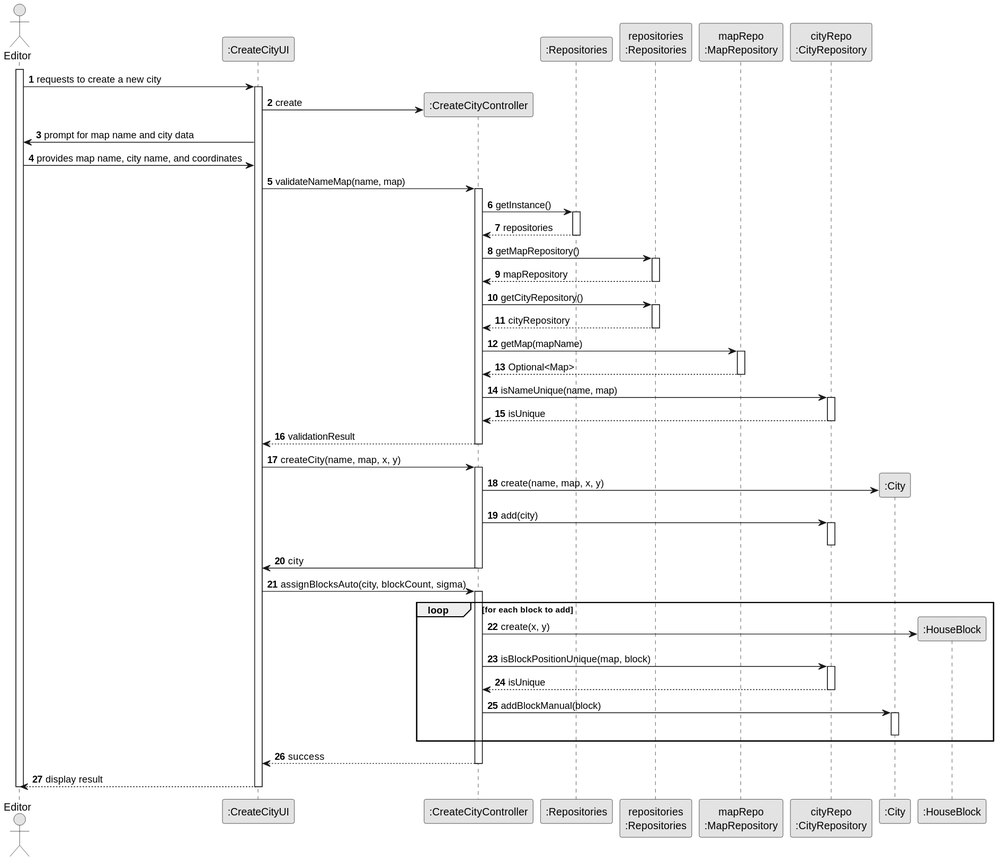
This is docs/sprint3/us003/03.design/svg/us003-sequence-diagram-full.svg from ivasduarte/all-aboard, a PlantUML export, as it was before one commit. Source of this version:
```plantuml
@startuml
skinparam monochrome true
skinparam packageStyle rectangle
skinparam shadowing false

autonumber

actor "Editor" as Editor
participant ":CreateCityUI" as UI
participant ":CreateCityController" as CTRL
participant ":Repositories" as reps
participant "repositories\n:Repositories" as PLAT
participant "mapRepo\n:MapRepository" as mapRepo
participant "cityRepo\n:CityRepository" as cityRepo
participant ":City" as City
participant ":HouseBlock" as HouseBlock

activate Editor

Editor -> UI : requests to create a new city

activate UI
UI -> CTRL** : create

UI -> Editor : prompt for map name and city data
Editor -> UI : provides map name, city name, and coordinates
UI -> CTRL : validateNameMap(name, map)

activate CTRL

CTRL -> reps : getInstance()
activate reps
reps --> CTRL : repositories
deactivate reps

CTRL -> PLAT : getMapRepository()
activate PLAT
PLAT --> CTRL : mapRepository
deactivate PLAT

CTRL -> PLAT : getCityRepository()
activate PLAT
PLAT --> CTRL : cityRepository
deactivate PLAT

CTRL -> mapRepo : getMap(mapName)
activate mapRepo
mapRepo --> CTRL : Optional<Map>
deactivate mapRepo

CTRL -> cityRepo : isNameUnique(name, map)
activate cityRepo
cityRepo --> CTRL : isUnique
deactivate cityRepo

CTRL --> UI : validationResult
deactivate CTRL

UI -> CTRL : createCity(name, map, x, y)
activate CTRL

CTRL -> City** : create(name, map, x, y)

CTRL -> cityRepo : add(city)
activate cityRepo
deactivate cityRepo

CTRL -> UI : city
deactivate CTRL

UI -> CTRL : assignBlocksAuto(city, blockCount, sigma)
activate CTRL

loop for each block to add
  CTRL -> HouseBlock** : create(x, y)
  CTRL -> cityRepo : isBlockPositionUnique(map, block)
  activate cityRepo
  cityRepo --> CTRL : isUnique
  deactivate cityRepo
  CTRL -> City : addBlockManual(block)
  activate City
  deactivate City
end

CTRL --> UI : success
deactivate CTRL

UI --> Editor : display result
deactivate UI
deactivate Editor
@enduml
```
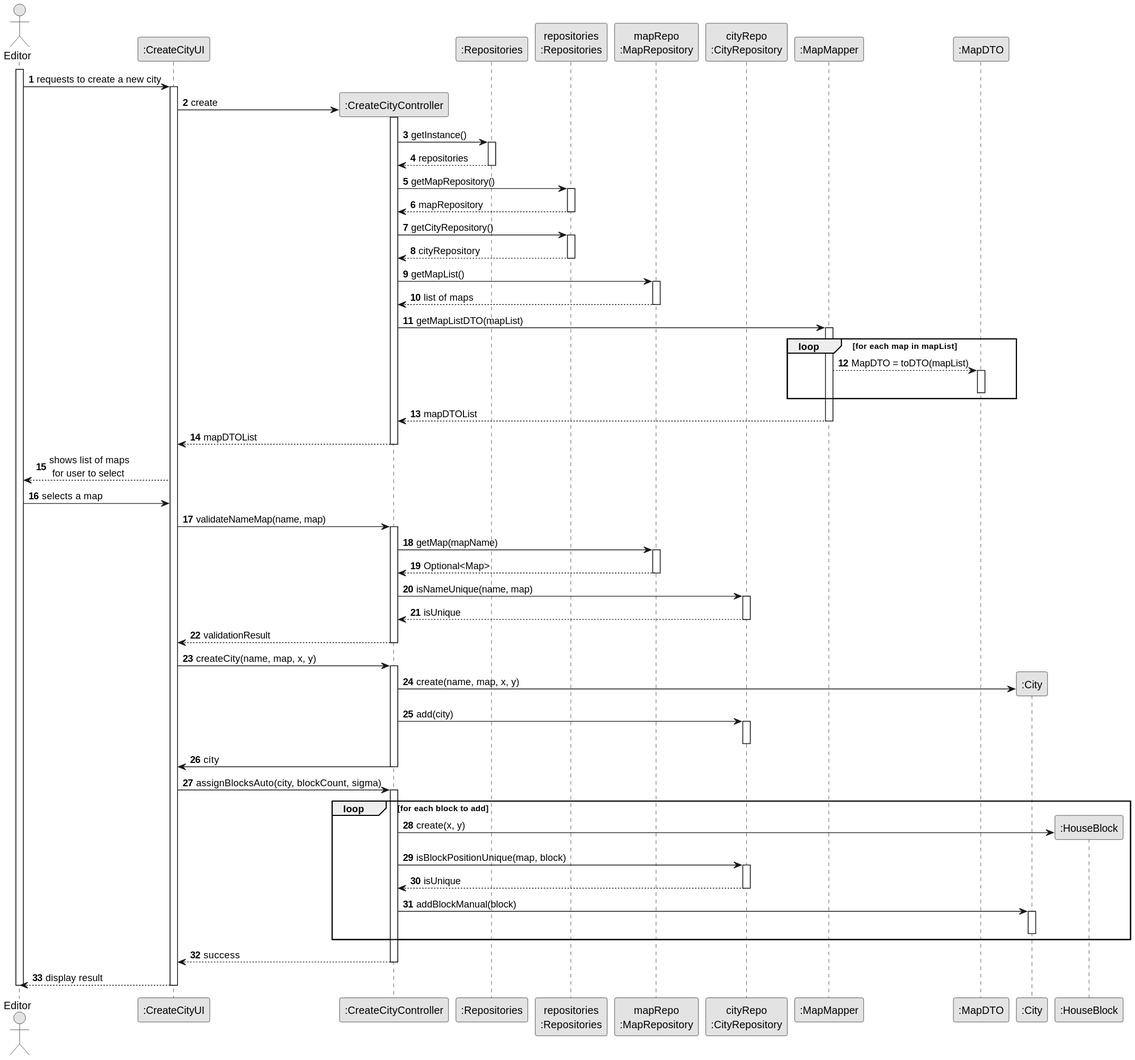
Above is the later version.

Diff of the diagram source:
```diff
@@ -12,6 +12,8 @@
 participant "repositories\n:Repositories" as PLAT
 participant "mapRepo\n:MapRepository" as mapRepo
 participant "cityRepo\n:CityRepository" as cityRepo
+participant ":MapMapper" as mapper
+participant ":MapDTO" as dto
 participant ":City" as City
 participant ":HouseBlock" as HouseBlock
 
@@ -22,9 +24,6 @@
 activate UI
 UI -> CTRL** : create
 
-UI -> Editor : prompt for map name and city data
-Editor -> UI : provides map name, city name, and coordinates
-UI -> CTRL : validateNameMap(name, map)
 
 activate CTRL
 
@@ -43,6 +42,27 @@
 PLAT --> CTRL : cityRepository
 deactivate PLAT
 
+
+CTRL -> mapRepo: getMapList()
+activate mapRepo
+mapRepo --> CTRL: list of maps
+deactivate mapRepo
+
+CTRL -> mapper: getMapListDTO(mapList)
+activate mapper
+loop for each map in mapList
+                        mapper --> dto : MapDTO = toDTO(mapList)
+                            activate dto
+                            deactivate dto
+                    end loop
+    mapper --> CTRL: mapDTOList
+    deactivate mapper
+   CTRL --> UI: mapDTOList
+    deactivate CTRL
+UI --> Editor: shows list of maps\n for user to select
+Editor -> UI: selects a map
+UI -> CTRL : validateNameMap(name, map)
+activate CTRL
 CTRL -> mapRepo : getMap(mapName)
 activate mapRepo
 mapRepo --> CTRL : Optional<Map>
```
